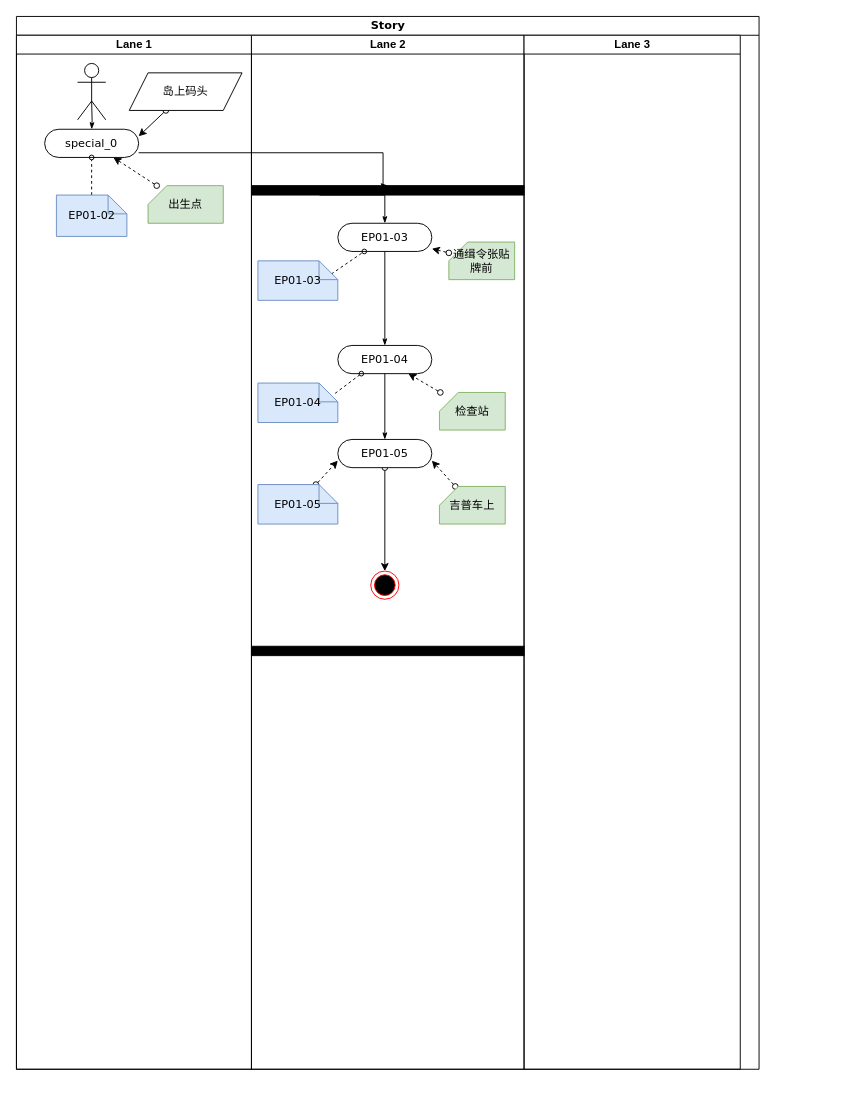
Before: page "关卡流程图" (1 of 2) of Tools/LevelDesignUML/LevelDesignUML_EP_01.drawio in kwh3884858/Hippocampus, a draw.io diagram. Source tidied: cells renumbered, new cells numbered last; positions are measured from the earlier drawing's top-left corner, leaving out a move shared by most shapes. Both pictures are drawn from the tidied source at 94%, with x=0, y=0 at pixel (16, 16).
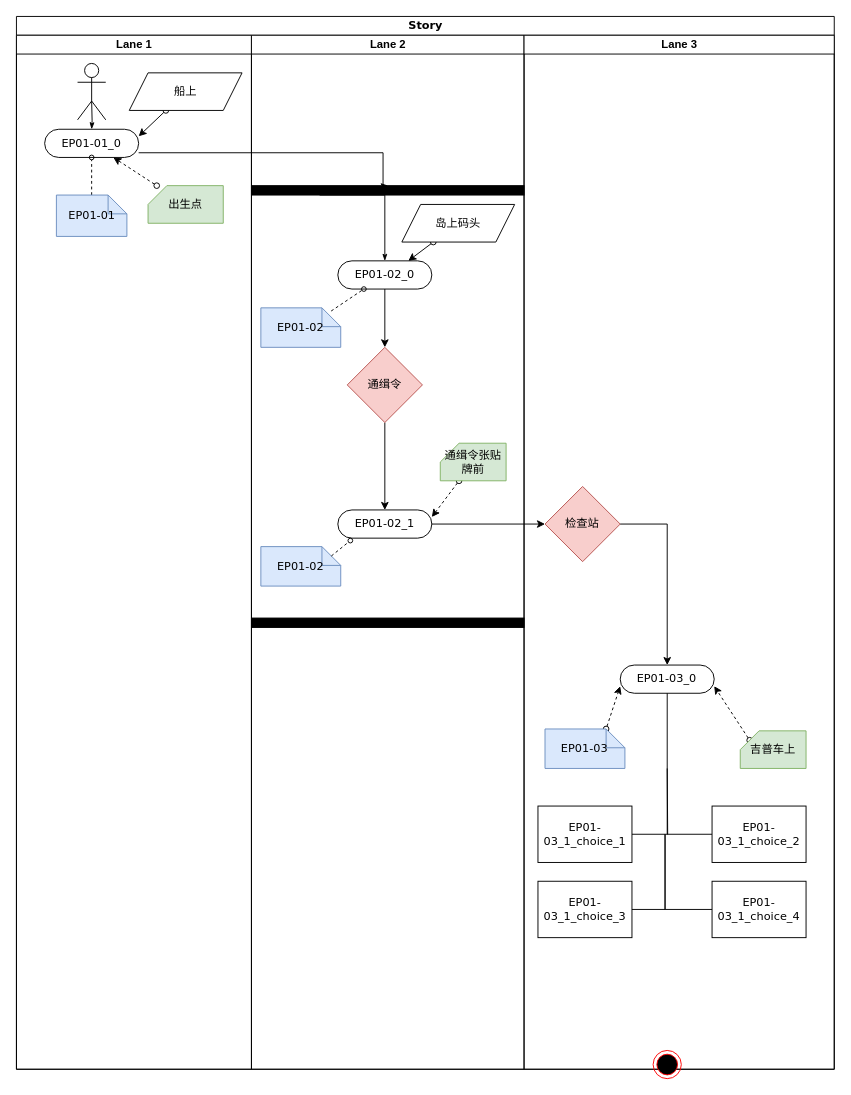
The same diagram, later.

Unchanged cells that the change refers to:
```xml
<mxCell id="3" value="Lane 1" style="swimlane;html=1;startSize=20;" parent="2" vertex="1">
  <mxGeometry y="20" width="250" height="1100" as="geometry" />
</mxCell>
<mxCell id="13" value="Lane 2" style="swimlane;html=1;startSize=20;" parent="2" vertex="1">
  <mxGeometry x="250" y="20" width="290" height="1100" as="geometry" />
</mxCell>
```

The edit, as a diff of the source:
```diff
@@
     <mxCell id="2" value="Story" style="swimlane;html=1;startSize=20;rounded=0;shadow=0;comic=0;labelBackgroundColor=none;strokeWidth=1;fontFamily=Verdana;fontSize=12;align=center;" parent="1" vertex="1">
-      <mxGeometry width="790" height="1120" as="geometry" />
+      <mxGeometry width="870" height="1120" as="geometry" />
     </mxCell>
@@
-    <mxCell id="4" value="special_0" style="rounded=1;whiteSpace=wrap;html=1;shadow=0;comic=0;labelBackgroundColor=none;strokeWidth=1;fontFamily=Verdana;fontSize=12;align=center;arcSize=50;" parent="3" vertex="1">
+    <mxCell id="4" value="EP01-01_0" style="rounded=1;whiteSpace=wrap;html=1;shadow=0;comic=0;labelBackgroundColor=none;strokeWidth=1;fontFamily=Verdana;fontSize=12;align=center;arcSize=50;" parent="3" vertex="1">
       <mxGeometry x="30" y="100" width="100" height="30" as="geometry" />
     </mxCell>
@@
-    <mxCell id="7" value="EP01-02" style="shape=note;whiteSpace=wrap;html=1;rounded=0;shadow=0;comic=0;labelBackgroundColor=none;strokeWidth=1;fontFamily=Verdana;fontSize=12;align=center;size=20;fillColor=#dae8fc;strokeColor=#6c8ebf;" parent="3" vertex="1">
+    <mxCell id="7" value="EP01-01" style="shape=note;whiteSpace=wrap;html=1;rounded=0;shadow=0;comic=0;labelBackgroundColor=none;strokeWidth=1;fontFamily=Verdana;fontSize=12;align=center;size=20;fillColor=#dae8fc;strokeColor=#6c8ebf;" parent="3" vertex="1">
       <mxGeometry x="42.5" y="170" width="75" height="44" as="geometry" />
     </mxCell>
@@
-    <mxCell id="12" value="岛上码头" style="shape=parallelogram;perimeter=parallelogramPerimeter;whiteSpace=wrap;html=1;fixedSize=1;" parent="3" vertex="1">
+    <mxCell id="12" value="船上" style="shape=parallelogram;perimeter=parallelogramPerimeter;whiteSpace=wrap;html=1;fixedSize=1;" parent="3" vertex="1">
       <mxGeometry x="120" y="40" width="120" height="40" as="geometry" />
     </mxCell>
@@
+    <mxCell id="45" style="edgeStyle=orthogonalEdgeStyle;rounded=0;jettySize=auto;html=1;" parent="13" edge="1" source="15" target="52">
+      <mxGeometry relative="1" as="geometry" />
+    </mxCell>
-    <mxCell id="15" value="EP01-03" style="rounded=1;whiteSpace=wrap;html=1;shadow=0;comic=0;labelBackgroundColor=none;strokeWidth=1;fontFamily=Verdana;fontSize=12;align=center;arcSize=50;" parent="13" vertex="1">
-      <mxGeometry x="91.9" y="200" width="100" height="30" as="geometry" />
+    <mxCell id="15" value="EP01-02_0" style="rounded=1;whiteSpace=wrap;html=1;shadow=0;comic=0;labelBackgroundColor=none;strokeWidth=1;fontFamily=Verdana;fontSize=12;align=center;arcSize=50;" parent="13" vertex="1">
+      <mxGeometry x="91.9" y="240" width="100" height="30" as="geometry" />
     </mxCell>
@@
-    <mxCell id="17" value="EP01-04" style="rounded=1;whiteSpace=wrap;html=1;shadow=0;comic=0;labelBackgroundColor=none;strokeWidth=1;fontFamily=Verdana;fontSize=12;align=center;arcSize=50;" parent="13" vertex="1">
-      <mxGeometry x="91.9" y="330" width="100" height="30" as="geometry" />
-    </mxCell>
-    <mxCell id="18" style="edgeStyle=none;rounded=0;html=1;labelBackgroundColor=none;startArrow=none;startFill=0;startSize=5;endArrow=oval;endFill=0;endSize=5;jettySize=auto;strokeWidth=1;fontFamily=Verdana;fontSize=12;dashed=1;" parent="13" edge="1" target="15">
-      <mxGeometry relative="1" as="geometry">
-        <mxPoint x="85" y="254" as="sourcePoint" />
-      </mxGeometry>
+    <mxCell id="18" style="edgeStyle=none;rounded=0;html=1;labelBackgroundColor=none;startArrow=none;startFill=0;startSize=5;endArrow=oval;endFill=0;endSize=5;jettySize=auto;strokeWidth=1;fontFamily=Verdana;fontSize=12;dashed=1;exitX=0.88;exitY=0.081;exitDx=0;exitDy=0;exitPerimeter=0;" parent="13" edge="1" source="21" target="15">
+      <mxGeometry relative="1" as="geometry" />
     </mxCell>
-    <mxCell id="19" style="edgeStyle=none;rounded=0;html=1;labelBackgroundColor=none;startArrow=none;startFill=0;startSize=5;endArrow=classicThin;endFill=1;endSize=5;jettySize=auto;strokeWidth=1;fontFamily=Verdana;fontSize=12;" parent="13" edge="1" source="17">
-      <mxGeometry relative="1" as="geometry">
-        <mxPoint x="141.9" y="430" as="targetPoint" />
-      </mxGeometry>
-    </mxCell>
-    <mxCell id="20" style="edgeStyle=none;rounded=0;html=1;labelBackgroundColor=none;startArrow=none;startFill=0;startSize=5;endArrow=classicThin;endFill=1;endSize=5;jettySize=auto;strokeWidth=1;fontFamily=Verdana;fontSize=12;entryX=0.5;entryY=0;entryDx=0;entryDy=0;" parent="13" edge="1" source="15" target="17">
-      <mxGeometry relative="1" as="geometry" />
-    </mxCell>
-    <mxCell id="21" value="EP01-03" style="shape=note;whiteSpace=wrap;html=1;rounded=0;shadow=0;comic=0;labelBackgroundColor=none;strokeWidth=1;fontFamily=Verdana;fontSize=12;align=center;size=20;fillColor=#dae8fc;strokeColor=#6c8ebf;" parent="13" vertex="1">
-      <mxGeometry x="6.9" y="240" width="85" height="42" as="geometry" />
+    <mxCell id="21" value="EP01-02" style="shape=note;whiteSpace=wrap;html=1;rounded=0;shadow=0;comic=0;labelBackgroundColor=none;strokeWidth=1;fontFamily=Verdana;fontSize=12;align=center;size=20;fillColor=#dae8fc;strokeColor=#6c8ebf;" parent="13" vertex="1">
+      <mxGeometry x="10" y="290" width="85" height="42" as="geometry" />
     </mxCell>
-    <mxCell id="22" value="EP01-04" style="shape=note;whiteSpace=wrap;html=1;rounded=0;shadow=0;comic=0;labelBackgroundColor=none;strokeWidth=1;fontFamily=Verdana;fontSize=12;align=center;size=20;fillColor=#dae8fc;strokeColor=#6c8ebf;" parent="13" vertex="1">
-      <mxGeometry x="6.9" y="370" width="85" height="42" as="geometry" />
-    </mxCell>
-    <mxCell id="23" style="edgeStyle=none;rounded=0;html=1;labelBackgroundColor=none;startArrow=none;startFill=0;startSize=5;endArrow=oval;endFill=0;endSize=5;jettySize=auto;strokeWidth=1;fontFamily=Verdana;fontSize=12;dashed=1;entryX=0.25;entryY=1;entryDx=0;entryDy=0;exitX=0.966;exitY=0.262;exitDx=0;exitDy=0;exitPerimeter=0;" parent="13" edge="1" source="22" target="17">
-      <mxGeometry relative="1" as="geometry" />
-    </mxCell>
-    <mxCell id="24" style="edgeStyle=none;rounded=0;jettySize=auto;html=1;entryX=0.5;entryY=0;entryDx=0;entryDy=0;startArrow=oval;startFill=0;" parent="13" edge="1" source="25" target="34">
-      <mxGeometry relative="1" as="geometry" />
-    </mxCell>
-    <mxCell id="25" value="EP01-05" style="rounded=1;whiteSpace=wrap;html=1;shadow=0;comic=0;labelBackgroundColor=none;strokeWidth=1;fontFamily=Verdana;fontSize=12;align=center;arcSize=50;" parent="13" vertex="1">
-      <mxGeometry x="91.9" y="430" width="100" height="30" as="geometry" />
-    </mxCell>
-    <mxCell id="26" style="edgeStyle=none;rounded=0;jettySize=auto;html=1;dashed=1;startArrow=oval;startFill=0;" parent="13" edge="1" source="27" target="15">
+    <mxCell id="26" style="edgeStyle=none;rounded=0;jettySize=auto;html=1;dashed=1;startArrow=oval;startFill=0;entryX=1;entryY=0.25;entryDx=0;entryDy=0;" parent="13" edge="1" source="27" target="48">
       <mxGeometry relative="1" as="geometry" />
     </mxCell>
     <mxCell id="27" value="通缉令张贴牌前" style="shape=card;whiteSpace=wrap;html=1;size=20;fillColor=#d5e8d4;strokeColor=#82b366;" parent="13" vertex="1">
-      <mxGeometry x="210" y="220" width="70" height="40" as="geometry" />
+      <mxGeometry x="200.9" y="434" width="70" height="40" as="geometry" />
     </mxCell>
-    <mxCell id="28" style="edgeStyle=none;rounded=0;jettySize=auto;html=1;entryX=0.75;entryY=1;entryDx=0;entryDy=0;dashed=1;startArrow=oval;startFill=0;" parent="13" edge="1" source="29" target="17">
-      <mxGeometry relative="1" as="geometry" />
-    </mxCell>
-    <mxCell id="29" value="检查站" style="shape=card;whiteSpace=wrap;html=1;size=20;fillColor=#d5e8d4;strokeColor=#82b366;" parent="13" vertex="1">
-      <mxGeometry x="200" y="380" width="70" height="40" as="geometry" />
-    </mxCell>
-    <mxCell id="30" style="edgeStyle=none;rounded=0;jettySize=auto;html=1;entryX=1;entryY=0.75;entryDx=0;entryDy=0;dashed=1;startArrow=oval;startFill=0;" parent="13" edge="1" source="31" target="25">
-      <mxGeometry relative="1" as="geometry" />
-    </mxCell>
-    <mxCell id="31" value="吉普车上" style="shape=card;whiteSpace=wrap;html=1;size=20;fillColor=#d5e8d4;strokeColor=#82b366;" parent="13" vertex="1">
-      <mxGeometry x="200" y="480" width="70" height="40" as="geometry" />
-    </mxCell>
-    <mxCell id="32" style="edgeStyle=none;rounded=0;jettySize=auto;html=1;entryX=0;entryY=0.75;entryDx=0;entryDy=0;dashed=1;startArrow=oval;startFill=0;" parent="13" edge="1" source="33" target="25">
-      <mxGeometry relative="1" as="geometry" />
-    </mxCell>
-    <mxCell id="33" value="EP01-05" style="shape=note;whiteSpace=wrap;html=1;rounded=0;shadow=0;comic=0;labelBackgroundColor=none;strokeWidth=1;fontFamily=Verdana;fontSize=12;align=center;size=20;fillColor=#dae8fc;strokeColor=#6c8ebf;" parent="13" vertex="1">
-      <mxGeometry x="6.9" y="478" width="85" height="42" as="geometry" />
-    </mxCell>
-    <mxCell id="34" style="ellipse;html=1;shape=endState;fillColor=#000000;strokeColor=#ff0000;" parent="13" vertex="1">
-      <mxGeometry x="126.9" y="570" width="30" height="30" as="geometry" />
-    </mxCell>
     <mxCell id="35" style="whiteSpace=wrap;html=1;rounded=0;shadow=0;comic=0;labelBackgroundColor=none;strokeWidth=1;fillColor=#000000;fontFamily=Verdana;fontSize=12;align=center;rotation=0;" parent="13" vertex="1">
-      <mxGeometry y="650" width="290" height="10" as="geometry" />
+      <mxGeometry y="620" width="290" height="10" as="geometry" />
     </mxCell>
+    <mxCell id="46" style="edgeStyle=none;rounded=0;jettySize=auto;html=1;entryX=0.75;entryY=0;entryDx=0;entryDy=0;startArrow=oval;startFill=0;" parent="13" edge="1" source="47" target="15">
+      <mxGeometry relative="1" as="geometry" />
+    </mxCell>
+    <mxCell id="47" value="岛上码头" style="shape=parallelogram;perimeter=parallelogramPerimeter;whiteSpace=wrap;html=1;fixedSize=1;" parent="13" vertex="1">
+      <mxGeometry x="160" y="180" width="120" height="40" as="geometry" />
+    </mxCell>
+    <mxCell id="48" value="EP01-02_1" style="rounded=1;whiteSpace=wrap;html=1;shadow=0;comic=0;labelBackgroundColor=none;strokeWidth=1;fontFamily=Verdana;fontSize=12;align=center;arcSize=50;" parent="13" vertex="1">
+      <mxGeometry x="91.9" y="505" width="100" height="30" as="geometry" />
+    </mxCell>
+    <mxCell id="49" value="EP01-02" style="shape=note;whiteSpace=wrap;html=1;rounded=0;shadow=0;comic=0;labelBackgroundColor=none;strokeWidth=1;fontFamily=Verdana;fontSize=12;align=center;size=20;fillColor=#dae8fc;strokeColor=#6c8ebf;" parent="13" vertex="1">
+      <mxGeometry x="10" y="544" width="85" height="42" as="geometry" />
+    </mxCell>
+    <mxCell id="50" style="edgeStyle=none;rounded=0;html=1;labelBackgroundColor=none;startArrow=none;startFill=0;startSize=5;endArrow=oval;endFill=0;endSize=5;jettySize=auto;strokeWidth=1;fontFamily=Verdana;fontSize=12;dashed=1;exitX=0;exitY=0;exitDx=75;exitDy=10;exitPerimeter=0;entryX=0.133;entryY=1.087;entryDx=0;entryDy=0;entryPerimeter=0;" parent="13" edge="1" source="49" target="48">
+      <mxGeometry relative="1" as="geometry" />
+    </mxCell>
+    <mxCell id="51" style="edgeStyle=orthogonalEdgeStyle;rounded=0;jettySize=auto;html=1;entryX=0.5;entryY=0;entryDx=0;entryDy=0;" parent="13" edge="1" source="52" target="48">
+      <mxGeometry relative="1" as="geometry" />
+    </mxCell>
+    <mxCell id="52" value="通缉令" style="rhombus;whiteSpace=wrap;html=1;align=center;fillColor=#f8cecc;strokeColor=#b85450;" parent="13" vertex="1">
+      <mxGeometry x="101.9" y="332" width="80" height="80" as="geometry" />
+    </mxCell>
     <mxCell id="36" value="Lane 3" style="swimlane;html=1;startSize=20;" parent="2" vertex="1">
-      <mxGeometry x="540" y="20" width="230" height="1100" as="geometry" />
+      <mxGeometry x="540" y="20" width="330" height="1100" as="geometry" />
     </mxCell>
@@
+    <mxCell id="25" value="EP01-03_0" style="rounded=1;whiteSpace=wrap;html=1;shadow=0;comic=0;labelBackgroundColor=none;strokeWidth=1;fontFamily=Verdana;fontSize=12;align=center;arcSize=50;" parent="36" vertex="1">
+      <mxGeometry x="102.3" y="670" width="100" height="30" as="geometry" />
+    </mxCell>
+    <mxCell id="30" style="edgeStyle=none;rounded=0;jettySize=auto;html=1;entryX=1;entryY=0.75;entryDx=0;entryDy=0;dashed=1;startArrow=oval;startFill=0;exitX=0;exitY=0;exitDx=10;exitDy=10;exitPerimeter=0;" parent="36" edge="1" source="31" target="25">
+      <mxGeometry relative="1" as="geometry" />
+    </mxCell>
+    <mxCell id="31" value="吉普车上" style="shape=card;whiteSpace=wrap;html=1;size=20;fillColor=#d5e8d4;strokeColor=#82b366;" parent="36" vertex="1">
+      <mxGeometry x="230" y="740" width="70" height="40" as="geometry" />
+    </mxCell>
+    <mxCell id="32" style="edgeStyle=none;rounded=0;jettySize=auto;html=1;entryX=0;entryY=0.75;entryDx=0;entryDy=0;dashed=1;startArrow=oval;startFill=0;exitX=0;exitY=0;exitDx=65;exitDy=0;exitPerimeter=0;" parent="36" edge="1" source="33" target="25">
+      <mxGeometry relative="1" as="geometry" />
+    </mxCell>
+    <mxCell id="34" style="ellipse;html=1;shape=endState;fillColor=#000000;strokeColor=#ff0000;" parent="36" vertex="1">
+      <mxGeometry x="137.3" y="1080" width="30" height="30" as="geometry" />
+    </mxCell>
+    <mxCell id="33" value="EP01-03" style="shape=note;whiteSpace=wrap;html=1;rounded=0;shadow=0;comic=0;labelBackgroundColor=none;strokeWidth=1;fontFamily=Verdana;fontSize=12;align=center;size=20;fillColor=#dae8fc;strokeColor=#6c8ebf;" parent="36" vertex="1">
+      <mxGeometry x="22.3" y="738" width="85" height="42" as="geometry" />
+    </mxCell>
+    <mxCell id="29" value="检查站" style="rhombus;whiteSpace=wrap;html=1;align=center;fillColor=#f8cecc;strokeColor=#b85450;" parent="36" vertex="1">
+      <mxGeometry x="22.3" y="480" width="80" height="80" as="geometry" />
+    </mxCell>
+    <mxCell id="53" style="edgeStyle=orthogonalEdgeStyle;rounded=0;jettySize=auto;html=1;entryX=0.5;entryY=0;entryDx=0;entryDy=0;exitX=1;exitY=0.5;exitDx=0;exitDy=0;" parent="36" edge="1" source="29" target="25">
+      <mxGeometry relative="1" as="geometry">
+        <Array as="points">
+          <mxPoint x="152" y="520" />
+        </Array>
+      </mxGeometry>
+    </mxCell>
+    <mxCell id="54" style="edgeStyle=orthogonalEdgeStyle;startArrow=none;endArrow=none;rounded=0;targetPortConstraint=eastwest;sourcePortConstraint=northsouth;" parent="36" edge="1" target="56">
+      <mxGeometry relative="1" as="geometry">
+        <mxPoint x="152.3" y="780" as="sourcePoint" />
+      </mxGeometry>
+    </mxCell>
+    <mxCell id="55" style="edgeStyle=orthogonalEdgeStyle;startArrow=none;endArrow=none;rounded=0;targetPortConstraint=eastwest;sourcePortConstraint=northsouth;exitX=0.5;exitY=1;exitDx=0;exitDy=0;" parent="36" edge="1" source="25" target="57">
+      <mxGeometry relative="1" as="geometry">
+        <Array as="points">
+          <mxPoint x="152" y="850" />
+        </Array>
+      </mxGeometry>
+    </mxCell>
+    <mxCell id="56" value="&lt;span style=&quot;font-family: &amp;#34;verdana&amp;#34;&quot;&gt;EP01-03_1_choice_1&lt;/span&gt;" style="whiteSpace=wrap;html=1;align=center;verticalAlign=middle;" parent="36" vertex="1">
+      <mxGeometry x="14.8" y="820" width="100" height="60" as="geometry" />
+    </mxCell>
+    <mxCell id="57" value="&lt;span style=&quot;font-family: &amp;#34;verdana&amp;#34;&quot;&gt;EP01-03_1_choice_2&lt;/span&gt;" style="whiteSpace=wrap;html=1;align=center;verticalAlign=middle;" parent="36" vertex="1">
+      <mxGeometry x="200" y="820" width="100" height="60" as="geometry" />
+    </mxCell>
+    <mxCell id="58" value="&lt;span style=&quot;font-family: &amp;#34;verdana&amp;#34;&quot;&gt;EP01-03_1_choice_4&lt;/span&gt;" style="whiteSpace=wrap;html=1;align=center;verticalAlign=middle;" parent="36" vertex="1">
+      <mxGeometry x="200" y="900" width="100" height="60" as="geometry" />
+    </mxCell>
+    <mxCell id="59" value="&lt;span style=&quot;font-family: &amp;#34;verdana&amp;#34;&quot;&gt;EP01-03_1_choice_3&lt;/span&gt;" style="whiteSpace=wrap;html=1;align=center;verticalAlign=middle;" parent="36" vertex="1">
+      <mxGeometry x="14.8" y="900" width="100" height="60" as="geometry" />
+    </mxCell>
@@
+    <mxCell id="60" style="edgeStyle=orthogonalEdgeStyle;rounded=0;jettySize=auto;html=1;entryX=0;entryY=0.5;entryDx=0;entryDy=0;" parent="2" edge="1" source="48" target="29">
+      <mxGeometry relative="1" as="geometry" />
+    </mxCell>
+    <mxCell id="61" style="edgeStyle=orthogonalEdgeStyle;startArrow=none;endArrow=none;rounded=0;targetPortConstraint=eastwest;sourcePortConstraint=northsouth;entryX=1;entryY=0.5;entryDx=0;entryDy=0;" parent="1" edge="1" target="59">
+      <mxGeometry relative="1" as="geometry">
+        <mxPoint x="690" y="870" as="sourcePoint" />
+        <Array as="points">
+          <mxPoint x="690" y="950" />
+        </Array>
+      </mxGeometry>
+    </mxCell>
+    <mxCell id="62" style="edgeStyle=orthogonalEdgeStyle;startArrow=none;endArrow=none;rounded=0;targetPortConstraint=eastwest;sourcePortConstraint=northsouth;entryX=0;entryY=0.5;entryDx=0;entryDy=0;" parent="1" edge="1" target="58">
+      <mxGeometry relative="1" as="geometry">
+        <mxPoint x="690" y="870" as="sourcePoint" />
+        <Array as="points">
+          <mxPoint x="690" y="950" />
+        </Array>
+      </mxGeometry>
+    </mxCell>
```
